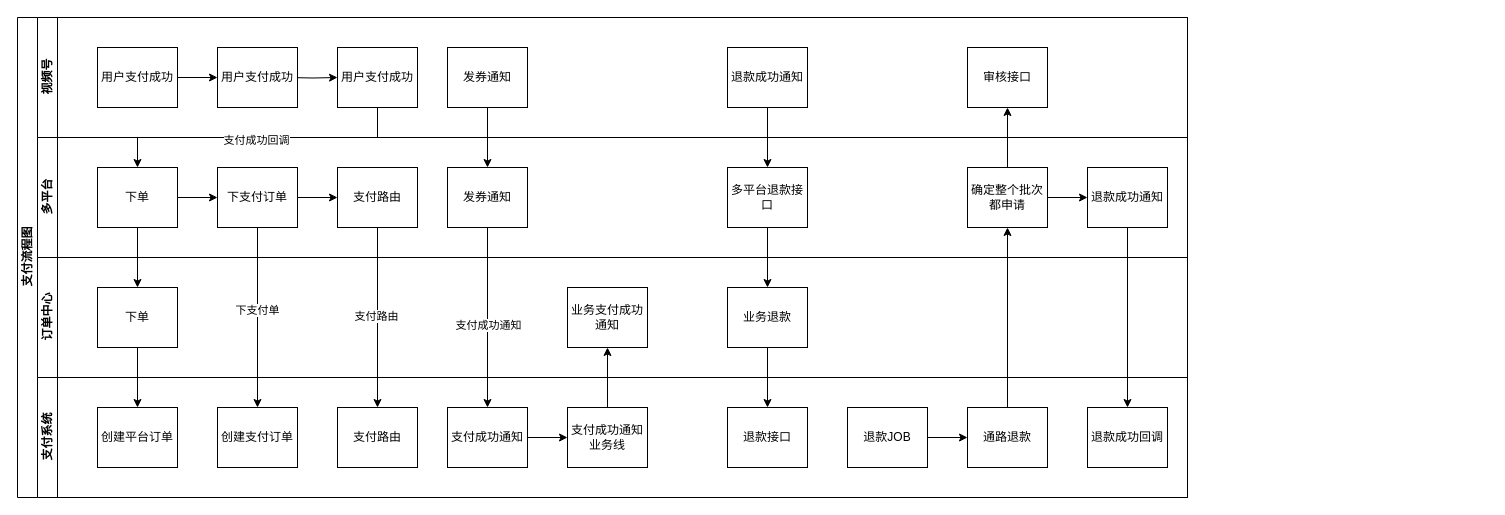
Before: 视频号小店支付流程图.drawio in guohuan0126/test, a draw.io diagram. Source tidied: cells renumbered, new cells numbered last; positions are measured from the earlier drawing's top-left corner, leaving out a move shared by most shapes. Both pictures are drawn from the tidied source at 100%, with x=0, y=0 at pixel (17, 17).
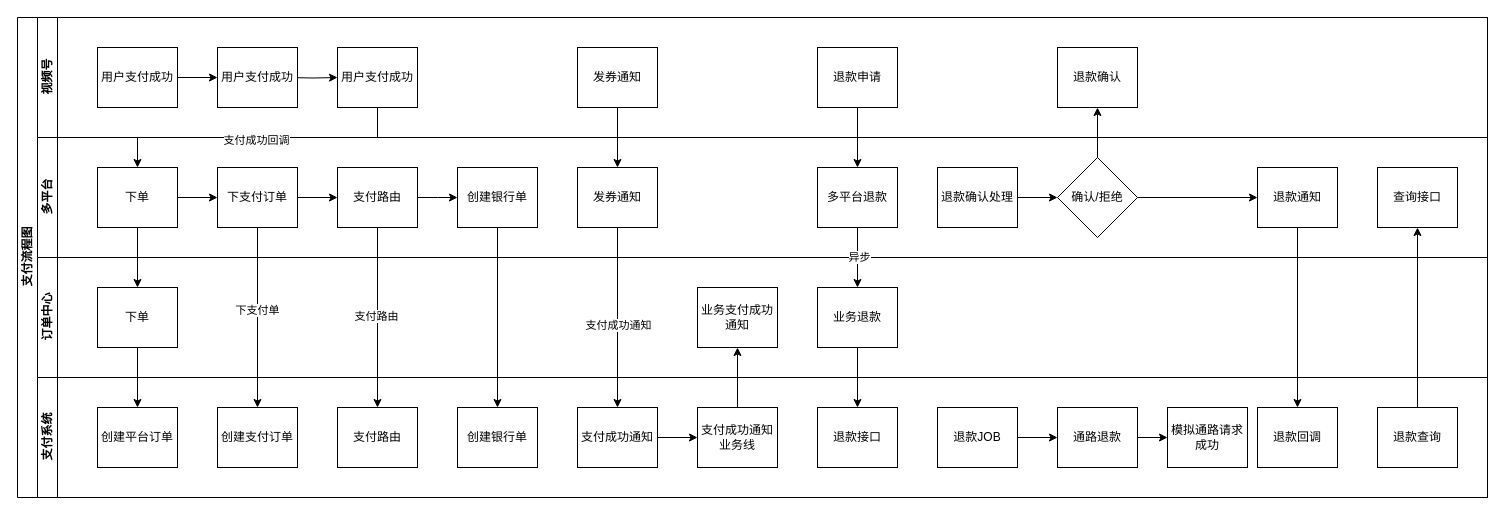
The same page after the edit.

Commit message:
更新视频号小店支付流程图.drawio

The change refers to these unchanged cells:
```xml
<mxCell id="15" value="支付路由" style="rounded=0;whiteSpace=wrap;html=1;fontFamily=Helvetica;fontSize=12;fontColor=#000000;align=center;" parent="10" vertex="1">
  <mxGeometry x="300" y="30" width="80" height="60" as="geometry" />
</mxCell>
<mxCell id="39" style="edgeStyle=orthogonalEdgeStyle;rounded=0;jettySize=auto;html=1;exitX=0.5;exitY=1;exitDx=0;exitDy=0;" parent="28" edge="1" source="37" target="41">
  <mxGeometry relative="1" as="geometry" />
</mxCell>
```

The edit, as a diff of the source:
```diff
@@
     <mxCell id="2" value="支付流程图" style="swimlane;html=1;horizontal=0;startSize=20;" parent="1" vertex="1">
-      <mxGeometry width="1170" height="480" as="geometry" />
+      <mxGeometry width="1470" height="480" as="geometry" />
     </mxCell>
     <mxCell id="3" value="视频号" style="swimlane;html=1;startSize=20;horizontal=0;" parent="2" vertex="1">
-      <mxGeometry x="20" width="1150" height="120" as="geometry" />
+      <mxGeometry x="20" width="1450" height="120" as="geometry" />
     </mxCell>
@@
-    <mxCell id="9" value="审核接口" style="rounded=0;whiteSpace=wrap;html=1;fontFamily=Helvetica;fontSize=12;fontColor=#000000;align=center;" parent="3" vertex="1">
-      <mxGeometry x="930" y="30" width="80" height="60" as="geometry" />
-    </mxCell>
+    <mxCell id="58" value="退款确认" style="rounded=0;whiteSpace=wrap;html=1;fontFamily=Helvetica;fontSize=12;fontColor=#000000;align=center;" parent="3" vertex="1">
+      <mxGeometry x="1020" y="30" width="80" height="60" as="geometry" />
+    </mxCell>
     <mxCell id="10" value="多平台" style="swimlane;html=1;startSize=20;horizontal=0;" parent="2" vertex="1">
-      <mxGeometry x="20" y="120" width="1150" height="120" as="geometry" />
+      <mxGeometry x="20" y="120" width="1450" height="120" as="geometry" />
     </mxCell>
@@
+    <mxCell id="59" style="edgeStyle=orthogonalEdgeStyle;rounded=0;jettySize=auto;html=1;exitX=1;exitY=0.5;exitDx=0;exitDy=0;" parent="10" edge="1" source="15">
+      <mxGeometry relative="1" as="geometry">
+        <mxPoint x="420" y="60" as="targetPoint" />
+      </mxGeometry>
+    </mxCell>
@@
-    <mxCell id="16" style="edgeStyle=orthogonalEdgeStyle;rounded=0;orthogonalLoop=1;jettySize=auto;html=1;exitX=0.5;exitY=1;exitDx=0;exitDy=0;" parent="10" edge="1">
-      <mxGeometry relative="1" as="geometry">
-        <mxPoint x="460" y="90" as="sourcePoint" />
-        <mxPoint x="460" y="90" as="targetPoint" />
-      </mxGeometry>
-    </mxCell>
-    <mxCell id="17" value="退款成功通知" style="rounded=0;whiteSpace=wrap;html=1;fontFamily=Helvetica;fontSize=12;fontColor=#000000;align=center;" parent="10" vertex="1">
-      <mxGeometry x="1050" y="30" width="80" height="60" as="geometry" />
-    </mxCell>
+    <mxCell id="60" value="创建银行单" style="rounded=0;whiteSpace=wrap;html=1;fontFamily=Helvetica;fontSize=12;fontColor=#000000;align=center;" parent="10" vertex="1">
+      <mxGeometry x="420" y="30" width="80" height="60" as="geometry" />
+    </mxCell>
+    <mxCell id="61" style="edgeStyle=orthogonalEdgeStyle;rounded=0;jettySize=auto;html=1;" parent="10" edge="1" source="62" target="64">
+      <mxGeometry relative="1" as="geometry" />
+    </mxCell>
+    <mxCell id="62" value="退款确认处理" style="rounded=0;whiteSpace=wrap;html=1;fontFamily=Helvetica;fontSize=12;fontColor=#000000;align=center;" parent="10" vertex="1">
+      <mxGeometry x="900" y="30" width="80" height="60" as="geometry" />
+    </mxCell>
+    <mxCell id="63" style="edgeStyle=orthogonalEdgeStyle;rounded=0;jettySize=auto;html=1;exitX=0.5;exitY=0;exitDx=0;exitDy=0;" parent="10" edge="1" source="64">
+      <mxGeometry relative="1" as="geometry">
+        <mxPoint x="1060" y="-30" as="targetPoint" />
+      </mxGeometry>
+    </mxCell>
+    <mxCell id="64" value="确认/拒绝" style="rhombus;whiteSpace=wrap;html=1;fontColor=#000000;rounded=0;" parent="10" vertex="1">
+      <mxGeometry x="1020" y="20" width="80" height="80" as="geometry" />
+    </mxCell>
     <mxCell id="18" value="订单中心" style="swimlane;html=1;startSize=20;horizontal=0;" parent="2" vertex="1">
-      <mxGeometry x="20" y="240" width="1150" height="120" as="geometry" />
+      <mxGeometry x="20" y="240" width="1450" height="120" as="geometry" />
     </mxCell>
@@
     <mxCell id="28" value="支付系统" style="swimlane;html=1;startSize=20;horizontal=0;" parent="2" vertex="1">
-      <mxGeometry x="20" y="360" width="1150" height="120" as="geometry" />
+      <mxGeometry x="20" y="360" width="1450" height="120" as="geometry" />
     </mxCell>
@@
-    <mxCell id="32" value="确定整个批次都申请" style="rounded=0;whiteSpace=wrap;html=1;fontFamily=Helvetica;fontSize=12;fontColor=#000000;align=center;" parent="28" vertex="1">
-      <mxGeometry x="930" y="-210" width="80" height="60" as="geometry" />
-    </mxCell>
+    <mxCell id="16" style="edgeStyle=orthogonalEdgeStyle;rounded=0;orthogonalLoop=1;jettySize=auto;html=1;exitX=0.5;exitY=1;exitDx=0;exitDy=0;" parent="28" edge="1">
+      <mxGeometry relative="1" as="geometry">
+        <mxPoint x="590" y="-150" as="sourcePoint" />
+        <mxPoint x="590" y="-150" as="targetPoint" />
+      </mxGeometry>
+    </mxCell>
+    <mxCell id="17" value="退款通知" style="rounded=0;whiteSpace=wrap;html=1;fontFamily=Helvetica;fontSize=12;fontColor=#000000;align=center;" parent="28" vertex="1">
+      <mxGeometry x="1220" y="-210" width="80" height="60" as="geometry" />
+    </mxCell>
     <mxCell id="33" value="发券通知" style="rounded=0;whiteSpace=wrap;html=1;fontFamily=Helvetica;fontSize=12;fontColor=#000000;align=center;" parent="28" vertex="1">
-      <mxGeometry x="410" y="-330" width="80" height="60" as="geometry" />
+      <mxGeometry x="540" y="-330" width="80" height="60" as="geometry" />
     </mxCell>
-    <mxCell id="34" value="退款成功通知" style="rounded=0;whiteSpace=wrap;html=1;fontFamily=Helvetica;fontSize=12;fontColor=#000000;align=center;" parent="28" vertex="1">
-      <mxGeometry x="690" y="-330" width="80" height="60" as="geometry" />
+    <mxCell id="34" value="退款申请" style="rounded=0;whiteSpace=wrap;html=1;fontFamily=Helvetica;fontSize=12;fontColor=#000000;align=center;" parent="28" vertex="1">
+      <mxGeometry x="780" y="-330" width="80" height="60" as="geometry" />
     </mxCell>
     <mxCell id="35" value="发券通知" style="rounded=0;whiteSpace=wrap;html=1;fontFamily=Helvetica;fontSize=12;fontColor=#000000;align=center;" parent="28" vertex="1">
-      <mxGeometry x="410" y="-210" width="80" height="60" as="geometry" />
+      <mxGeometry x="540" y="-210" width="80" height="60" as="geometry" />
     </mxCell>
@@
-    <mxCell id="37" value="多平台退款接口" style="rounded=0;whiteSpace=wrap;html=1;fontFamily=Helvetica;fontSize=12;fontColor=#000000;align=center;" parent="28" vertex="1">
-      <mxGeometry x="690" y="-210" width="80" height="60" as="geometry" />
+    <mxCell id="37" value="多平台退款" style="rounded=0;whiteSpace=wrap;html=1;fontFamily=Helvetica;fontSize=12;fontColor=#000000;align=center;" parent="28" vertex="1">
+      <mxGeometry x="780" y="-210" width="80" height="60" as="geometry" />
     </mxCell>
@@
+    <mxCell id="65" value="异步" style="edgeLabel;html=1;align=center;verticalAlign=middle;" parent="39" vertex="1">
+      <mxGeometry x="-0.03" y="1" relative="1" as="geometry" />
+    </mxCell>
     <mxCell id="40" value="业务支付成功通知" style="rounded=0;whiteSpace=wrap;html=1;fontFamily=Helvetica;fontSize=12;fontColor=#000000;align=center;" parent="28" vertex="1">
-      <mxGeometry x="530" y="-90" width="80" height="60" as="geometry" />
+      <mxGeometry x="660" y="-90" width="80" height="60" as="geometry" />
     </mxCell>
     <mxCell id="41" value="业务退款" style="rounded=0;whiteSpace=wrap;html=1;fontFamily=Helvetica;fontSize=12;fontColor=#000000;align=center;" parent="28" vertex="1">
-      <mxGeometry x="690" y="-90" width="80" height="60" as="geometry" />
+      <mxGeometry x="780" y="-90" width="80" height="60" as="geometry" />
     </mxCell>
@@
     <mxCell id="43" value="支付成功通知" style="rounded=0;whiteSpace=wrap;html=1;fontFamily=Helvetica;fontSize=12;fontColor=#000000;align=center;" parent="28" vertex="1">
-      <mxGeometry x="410" y="30" width="80" height="60" as="geometry" />
+      <mxGeometry x="540" y="30" width="80" height="60" as="geometry" />
     </mxCell>
@@
     <mxCell id="46" value="支付成功通知业务线" style="rounded=0;whiteSpace=wrap;html=1;fontFamily=Helvetica;fontSize=12;fontColor=#000000;align=center;" parent="28" vertex="1">
-      <mxGeometry x="530" y="30" width="80" height="60" as="geometry" />
+      <mxGeometry x="660" y="30" width="80" height="60" as="geometry" />
     </mxCell>
@@
     <mxCell id="48" value="退款接口" style="rounded=0;whiteSpace=wrap;html=1;fontFamily=Helvetica;fontSize=12;fontColor=#000000;align=center;" parent="28" vertex="1">
-      <mxGeometry x="690" y="30" width="80" height="60" as="geometry" />
+      <mxGeometry x="780" y="30" width="80" height="60" as="geometry" />
     </mxCell>
@@
-    <mxCell id="50" value="退款成功回调" style="rounded=0;whiteSpace=wrap;html=1;fontFamily=Helvetica;fontSize=12;fontColor=#000000;align=center;" parent="28" vertex="1">
-      <mxGeometry x="1050" y="30" width="80" height="60" as="geometry" />
+    <mxCell id="50" value="退款回调" style="rounded=0;whiteSpace=wrap;html=1;fontFamily=Helvetica;fontSize=12;fontColor=#000000;align=center;" parent="28" vertex="1">
+      <mxGeometry x="1220" y="30" width="80" height="60" as="geometry" />
     </mxCell>
@@
     <mxCell id="52" value="退款JOB" style="rounded=0;whiteSpace=wrap;html=1;fontFamily=Helvetica;fontSize=12;fontColor=#000000;align=center;" parent="28" vertex="1">
-      <mxGeometry x="810" y="30" width="80" height="60" as="geometry" />
+      <mxGeometry x="900" y="30" width="80" height="60" as="geometry" />
     </mxCell>
+    <mxCell id="66" style="edgeStyle=orthogonalEdgeStyle;rounded=0;jettySize=auto;html=1;exitX=1;exitY=0.5;exitDx=0;exitDy=0;entryX=0;entryY=0.5;entryDx=0;entryDy=0;" parent="28" edge="1" source="53" target="71">
+      <mxGeometry relative="1" as="geometry" />
+    </mxCell>
     <mxCell id="53" value="通路退款" style="rounded=0;whiteSpace=wrap;html=1;fontFamily=Helvetica;fontSize=12;fontColor=#000000;align=center;" parent="28" vertex="1">
-      <mxGeometry x="930" y="30" width="80" height="60" as="geometry" />
+      <mxGeometry x="1020" y="30" width="80" height="60" as="geometry" />
     </mxCell>
-    <mxCell id="54" style="edgeStyle=orthogonalEdgeStyle;rounded=0;jettySize=auto;html=1;exitX=0.5;exitY=0;exitDx=0;exitDy=0;entryX=0.5;entryY=1;entryDx=0;entryDy=0;" parent="28" edge="1" source="53" target="32">
-      <mxGeometry relative="1" as="geometry" />
-    </mxCell>
-    <mxCell id="55" style="edgeStyle=orthogonalEdgeStyle;rounded=0;jettySize=auto;html=1;exitX=0.5;exitY=0;exitDx=0;exitDy=0;entryX=0.5;entryY=1;entryDx=0;entryDy=0;" parent="2" edge="1" source="32" target="9">
-      <mxGeometry relative="1" as="geometry" />
-    </mxCell>
-    <mxCell id="56" style="edgeStyle=orthogonalEdgeStyle;rounded=0;jettySize=auto;html=1;exitX=1;exitY=0.5;exitDx=0;exitDy=0;entryX=0;entryY=0.5;entryDx=0;entryDy=0;" parent="2" edge="1" source="32" target="17">
-      <mxGeometry relative="1" as="geometry" />
-    </mxCell>
-    <mxCell id="57" style="edgeStyle=orthogonalEdgeStyle;rounded=0;jettySize=auto;html=1;exitX=0.5;exitY=1;exitDx=0;exitDy=0;entryX=0.5;entryY=0;entryDx=0;entryDy=0;" parent="2" edge="1" source="17" target="50">
+    <mxCell id="57" style="edgeStyle=orthogonalEdgeStyle;rounded=0;jettySize=auto;html=1;exitX=0.5;exitY=1;exitDx=0;exitDy=0;entryX=0.5;entryY=0;entryDx=0;entryDy=0;" parent="28" edge="1" source="17" target="50">
       <mxGeometry relative="1" as="geometry" />
     </mxCell>
+    <mxCell id="67" value="创建银行单" style="rounded=0;whiteSpace=wrap;html=1;fontFamily=Helvetica;fontSize=12;fontColor=#000000;align=center;" parent="28" vertex="1">
+      <mxGeometry x="420" y="30" width="80" height="60" as="geometry" />
+    </mxCell>
+    <mxCell id="68" value="查询接口" style="rounded=0;whiteSpace=wrap;html=1;fontFamily=Helvetica;fontSize=12;fontColor=#000000;align=center;" parent="28" vertex="1">
+      <mxGeometry x="1340" y="-210" width="80" height="60" as="geometry" />
+    </mxCell>
+    <mxCell id="69" style="edgeStyle=orthogonalEdgeStyle;rounded=0;jettySize=auto;html=1;exitX=0.5;exitY=0;exitDx=0;exitDy=0;" parent="28" edge="1" source="70">
+      <mxGeometry relative="1" as="geometry">
+        <mxPoint x="1380" y="-150" as="targetPoint" />
+      </mxGeometry>
+    </mxCell>
+    <mxCell id="70" value="退款查询" style="rounded=0;whiteSpace=wrap;html=1;fontFamily=Helvetica;fontSize=12;fontColor=#000000;align=center;" parent="28" vertex="1">
+      <mxGeometry x="1340" y="30" width="80" height="60" as="geometry" />
+    </mxCell>
+    <mxCell id="71" value="模拟通路请求成功" style="rounded=0;whiteSpace=wrap;html=1;fontFamily=Helvetica;fontSize=12;fontColor=#000000;align=center;" parent="28" vertex="1">
+      <mxGeometry x="1130" y="30" width="80" height="60" as="geometry" />
+    </mxCell>
+    <mxCell id="72" style="edgeStyle=orthogonalEdgeStyle;rounded=0;jettySize=auto;html=1;exitX=0.5;exitY=1;exitDx=0;exitDy=0;" parent="2" edge="1" source="60" target="67">
+      <mxGeometry relative="1" as="geometry" />
+    </mxCell>
+    <mxCell id="73" style="edgeStyle=orthogonalEdgeStyle;rounded=0;jettySize=auto;html=1;exitX=1;exitY=0.5;exitDx=0;exitDy=0;entryX=0;entryY=0.5;entryDx=0;entryDy=0;" parent="2" edge="1" source="64" target="17">
+      <mxGeometry relative="1" as="geometry" />
+    </mxCell>
```
